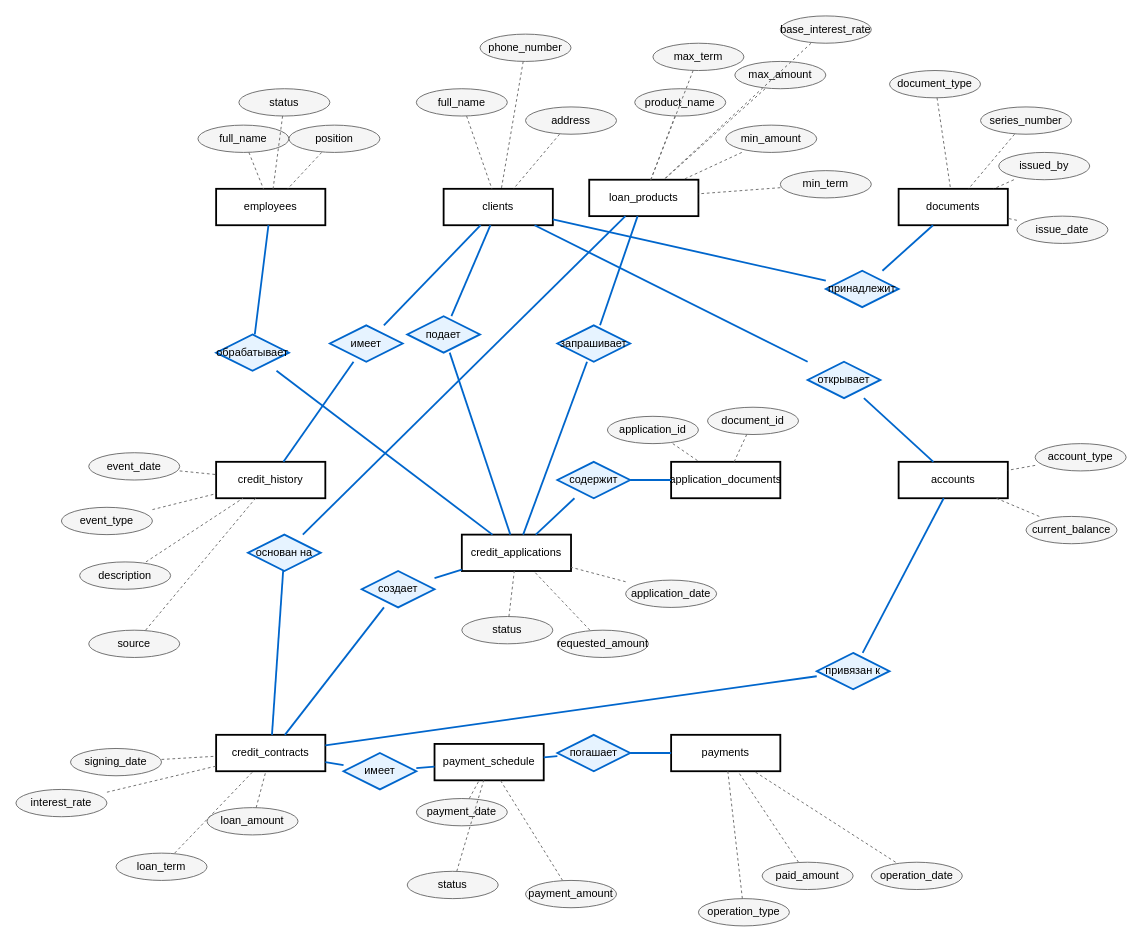
Above: conceptual_model.drawio in lazYaaaa/Modeling-migrations-of-loan-system-prototype-DB (draw.io), before the change. Source tidied: cells renumbered, new cells numbered last; positions are measured from the earlier drawing's top-left corner, leaving out a move shared by most shapes. Both pictures are drawn from the tidied source at 91%, with x=0, y=0 at pixel (15, 15).
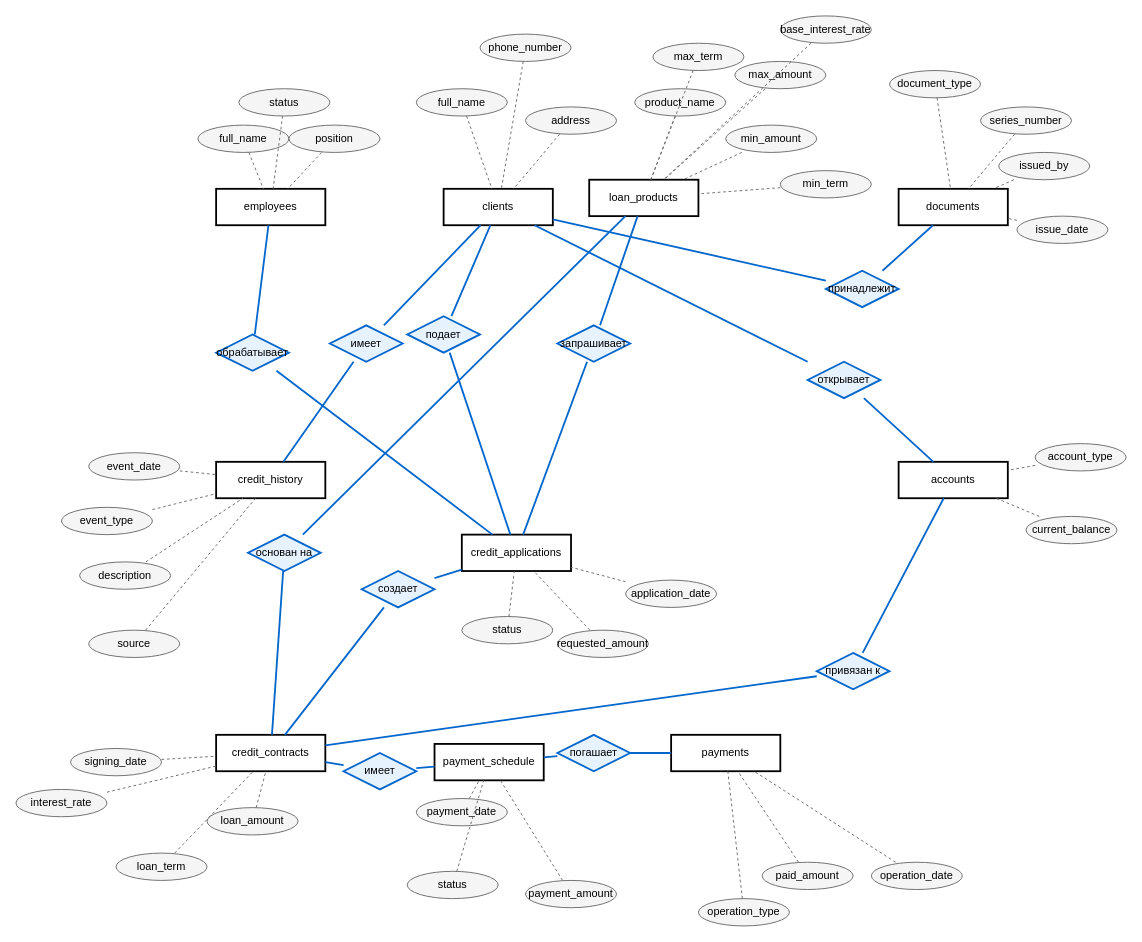
Above is the later version.

Unchanged cells that the change refers to:
```xml
<mxCell id="47" value="credit_applications" style="shape=rectangle;whiteSpace=wrap;html=1;rounded=0;fillColor=#ffffff;strokeColor=#000000;strokeWidth=2;" parent="1" vertex="1">
  <mxGeometry x="490" y="570" width="120" height="40" as="geometry" />
</mxCell>
```

The edit, as a diff of the source:
```diff
@@
-    <mxCell id="54" value="application_documents" style="shape=rectangle;whiteSpace=wrap;html=1;rounded=0;fillColor=#ffffff;strokeColor=#000000;strokeWidth=2;" parent="1" vertex="1">
-      <mxGeometry x="720" y="490" width="120" height="40" as="geometry" />
-    </mxCell>
-    <mxCell id="55" value="application_id" style="shape=ellipse;whiteSpace=wrap;html=1;fillColor=#f5f5f5;strokeColor=#666666;" parent="1" vertex="1">
-      <mxGeometry x="650" y="440" width="100" height="30" as="geometry" />
-    </mxCell>
-    <mxCell id="56" style="endArrow=none;html=1;rounded=0;strokeWidth=1;strokeColor=#666666;dashed=1;" parent="1" edge="1" source="55" target="54">
-      <mxGeometry relative="1" as="geometry" />
-    </mxCell>
-    <mxCell id="57" value="document_id" style="shape=ellipse;whiteSpace=wrap;html=1;fillColor=#f5f5f5;strokeColor=#666666;" parent="1" vertex="1">
-      <mxGeometry x="760" y="430" width="100" height="30" as="geometry" />
-    </mxCell>
-    <mxCell id="58" style="endArrow=none;html=1;rounded=0;strokeWidth=1;strokeColor=#666666;dashed=1;" parent="1" edge="1" source="57" target="54">
-      <mxGeometry relative="1" as="geometry" />
-    </mxCell>
@@
-    <mxCell id="102" value="содержит" style="shape=rhombus;whiteSpace=wrap;html=1;fillColor=#e6f3ff;strokeColor=#0066cc;strokeWidth=2;fontSize=12;" parent="1" vertex="1">
-      <mxGeometry x="595" y="490" width="80" height="40" as="geometry" />
-    </mxCell>
-    <mxCell id="103" style="endArrow=none;html=1;rounded=0;strokeWidth=2;strokeColor=#0066cc;" parent="1" edge="1" source="54" target="102">
-      <mxGeometry relative="1" as="geometry" />
-    </mxCell>
-    <mxCell id="104" style="endArrow=none;html=1;rounded=0;strokeWidth=2;strokeColor=#0066cc;" parent="1" edge="1" source="102" target="47">
-      <mxGeometry relative="1" as="geometry" />
-    </mxCell>
```
